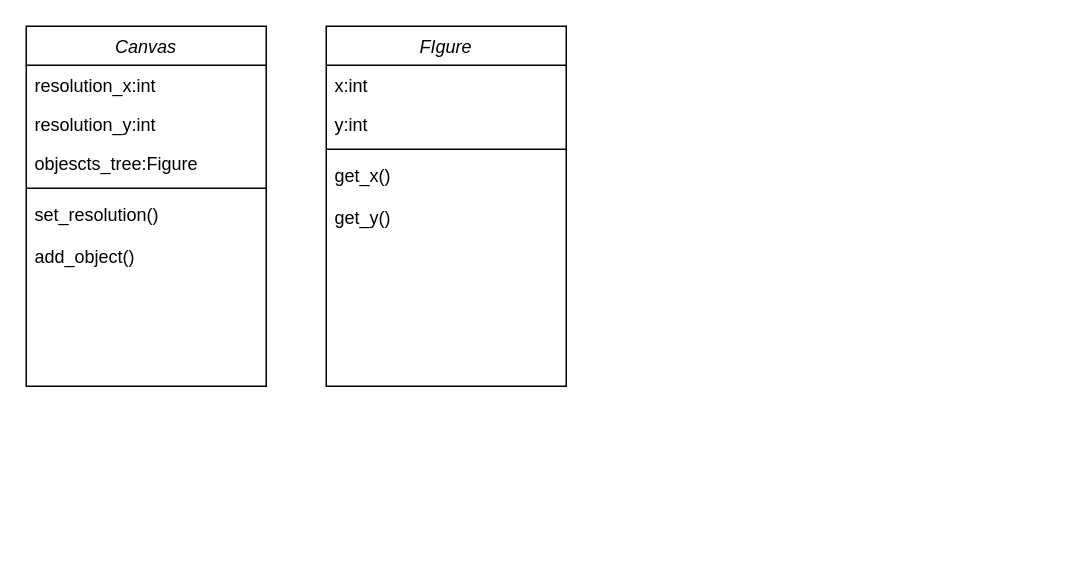
MstislavRomanovski/ProgramIngeneering keeps this draw.io diagram as Диаграмма классов.drawio. Above is the earlier version. Source tidied: cells renumbered, new cells numbered last; positions are measured from the earlier drawing's top-left corner, leaving out a move shared by most shapes. Both pictures are drawn from the tidied source at 150%, with x=0, y=0 at pixel (26, 26).
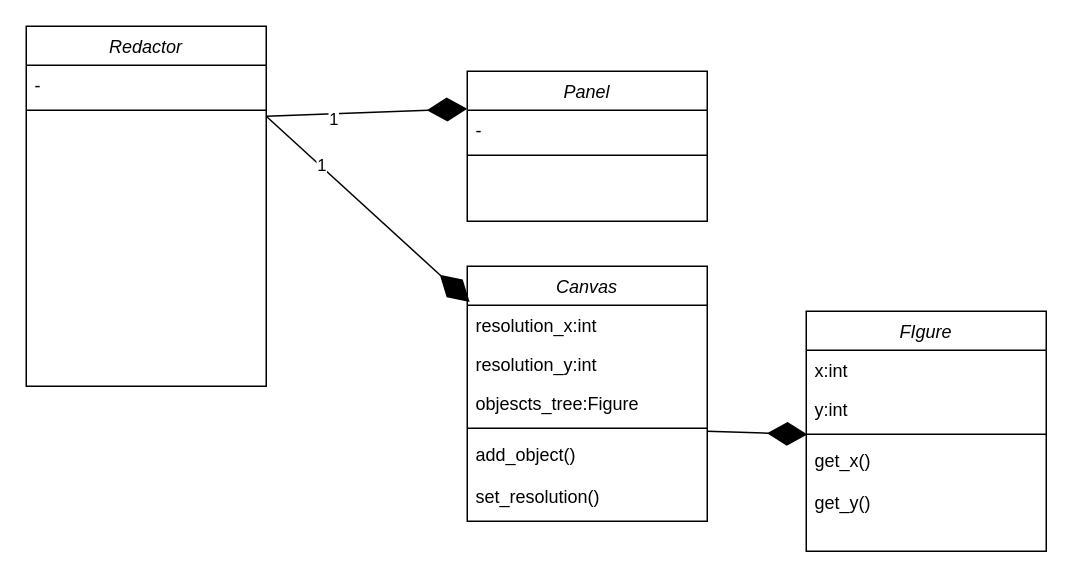
Above is the later version.

Unchanged cells that the change refers to:
```xml
<mxCell id="3" value="resolution_x:int" style="text;align=left;verticalAlign=top;spacingLeft=4;spacingRight=4;overflow=hidden;points=[[0,0.5],[1,0.5]];portConstraint=eastwest;" parent="2" vertex="1">
  <mxGeometry y="26" width="160" height="26" as="geometry" />
</mxCell>
<mxCell id="6" style="line;html=1;strokeWidth=1;align=left;verticalAlign=middle;spacingTop=-1;spacingLeft=3;spacingRight=3;labelPosition=right;points=[];portConstraint=eastwest;" parent="2" vertex="1">
  <mxGeometry y="104" width="160" height="8" as="geometry" />
</mxCell>
<mxCell id="13" value="get_x()&#10;" style="text;align=left;verticalAlign=top;spacingLeft=4;spacingRight=4;overflow=hidden;points=[[0,0.5],[1,0.5]];portConstraint=eastwest;" parent="9" vertex="1">
  <mxGeometry y="86" width="160" height="28" as="geometry" />
</mxCell>
```

Change to the diagram source:
```diff
@@
     <mxCell id="2" value="Canvas" style="swimlane;fontStyle=2;align=center;verticalAlign=top;horizontal=1;startSize=26;rounded=0;shadow=0;strokeWidth=1;" parent="1" vertex="1">
-      <mxGeometry width="160" height="240" as="geometry" />
+      <mxGeometry x="294" y="160" width="160" height="170" as="geometry" />
     </mxCell>
@@
+    <mxCell id="8" value="add_object()" style="text;align=left;verticalAlign=top;spacingLeft=4;spacingRight=4;overflow=hidden;" parent="2" vertex="1">
+      <mxGeometry y="112" width="160" height="28" as="geometry" />
+    </mxCell>
     <mxCell id="7" value="set_resolution()&#10;" style="text;align=left;verticalAlign=top;spacingLeft=4;spacingRight=4;overflow=hidden;" parent="2" vertex="1">
-      <mxGeometry y="112" width="160" height="28" as="geometry" />
+      <mxGeometry y="140" width="160" height="28" as="geometry" />
     </mxCell>
-    <mxCell id="8" value="add_object()" style="text;align=left;verticalAlign=top;spacingLeft=4;spacingRight=4;overflow=hidden;" parent="2" vertex="1">
-      <mxGeometry y="140" width="160" height="28" as="geometry" />
-    </mxCell>
     <mxCell id="9" value="FIgure" style="swimlane;fontStyle=2;align=center;verticalAlign=top;horizontal=1;startSize=26;rounded=0;shadow=0;strokeWidth=1;" parent="1" vertex="1">
-      <mxGeometry x="200" width="160" height="240" as="geometry" />
+      <mxGeometry x="520" y="190" width="160" height="160" as="geometry" />
     </mxCell>
@@
+    <mxCell id="15" value="Panel" style="swimlane;fontStyle=2;align=center;verticalAlign=top;horizontal=1;startSize=26;rounded=0;shadow=0;strokeWidth=1;" parent="1" vertex="1">
+      <mxGeometry x="294" y="30" width="160" height="100" as="geometry" />
+    </mxCell>
+    <mxCell id="16" value="-" style="text;align=left;verticalAlign=top;spacingLeft=4;spacingRight=4;overflow=hidden;" parent="15" vertex="1">
+      <mxGeometry y="26" width="160" height="26" as="geometry" />
+    </mxCell>
+    <mxCell id="17" style="line;html=1;strokeWidth=1;align=left;verticalAlign=middle;spacingTop=-1;spacingLeft=3;spacingRight=3;labelPosition=right;" parent="15" vertex="1">
+      <mxGeometry y="52" width="160" height="8" as="geometry" />
+    </mxCell>
+    <mxCell id="18" value="Redactor" style="swimlane;fontStyle=2;align=center;verticalAlign=top;horizontal=1;startSize=26;rounded=0;shadow=0;strokeWidth=1;" parent="1" vertex="1">
+      <mxGeometry width="160" height="240" as="geometry" />
+    </mxCell>
+    <mxCell id="19" value="-" style="text;align=left;verticalAlign=top;spacingLeft=4;spacingRight=4;overflow=hidden;" parent="18" vertex="1">
+      <mxGeometry y="26" width="160" height="26" as="geometry" />
+    </mxCell>
+    <mxCell id="20" style="line;html=1;strokeWidth=1;align=left;verticalAlign=middle;spacingTop=-1;spacingLeft=3;spacingRight=3;labelPosition=right;" parent="18" vertex="1">
+      <mxGeometry y="52" width="160" height="8" as="geometry" />
+    </mxCell>
+    <mxCell id="21" style="endArrow=diamondThin;endFill=1;endSize=24;html=1;rounded=0;exitX=1;exitY=0.25;exitDx=0;exitDy=0;entryX=0;entryY=0.25;entryDx=0;entryDy=0;" parent="1" edge="1" source="18" target="15">
+      <mxGeometry relative="1" as="geometry" />
+    </mxCell>
+    <mxCell id="22" value="1" style="edgeLabel;html=1;align=center;verticalAlign=middle;" parent="21" vertex="1">
+      <mxGeometry x="-0.35" y="-3" relative="1" as="geometry" />
+    </mxCell>
+    <mxCell id="23" style="endArrow=diamondThin;endFill=1;endSize=24;html=1;rounded=0;exitX=1;exitY=0.25;exitDx=0;exitDy=0;entryX=0.01;entryY=-0.083;entryDx=0;entryDy=0;entryPerimeter=0;" parent="1" edge="1" source="18" target="3">
+      <mxGeometry relative="1" as="geometry" />
+    </mxCell>
+    <mxCell id="24" value="1" style="edgeLabel;html=1;align=center;verticalAlign=middle;" parent="23" vertex="1">
+      <mxGeometry x="-0.47" y="1" relative="1" as="geometry" />
+    </mxCell>
+    <mxCell id="25" style="endArrow=diamondThin;endFill=1;endSize=24;html=1;rounded=0;exitX=1;exitY=0.75;exitDx=0;exitDy=0;entryX=0.005;entryY=-0.137;entryDx=0;entryDy=0;entryPerimeter=0;exitPerimeter=0;" parent="1" edge="1" source="6" target="13">
+      <mxGeometry relative="1" as="geometry" />
+    </mxCell>
```
